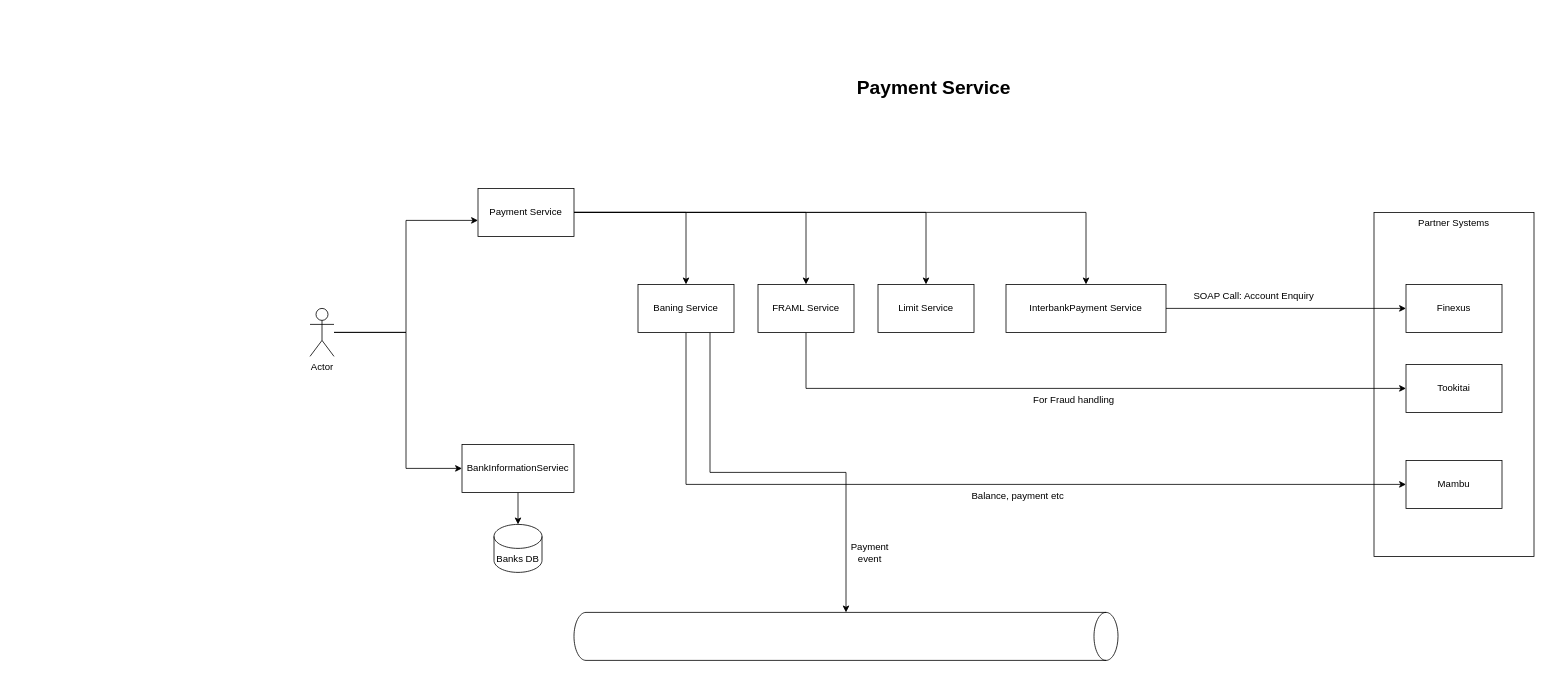
Above: page "Payment Service" (3 of 7) of diagrams/Internal Services Communication - Sync.drawio in singaraju-sreedhar/FailureHandling (draw.io), before the change. Source tidied: cells renumbered, new cells numbered last; positions are measured from the earlier drawing's top-left corner, leaving out a move shared by most shapes. Both pictures are drawn from the tidied source at 80%, with x=0, y=0 at pixel (310, 76).
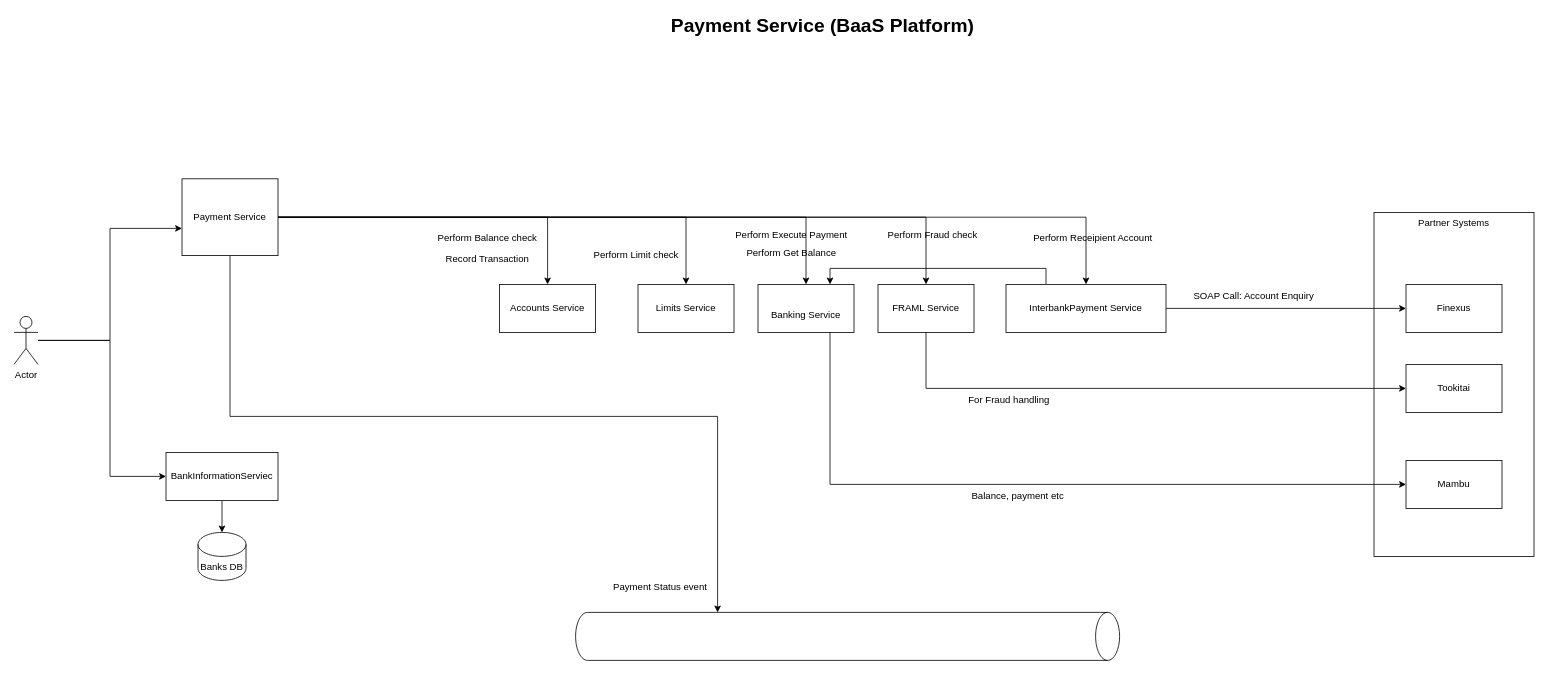
Above is the later version.

Unchanged cells that the change refers to:
```xml
<mxCell id="14" value="InterbankPayment Service" style="whiteSpace=wrap;html=1;rounded=0;" parent="1" vertex="1">
  <mxGeometry x="870" y="260" width="200" height="60" as="geometry" />
</mxCell>
<mxCell id="17" value="Tookitai" style="whiteSpace=wrap;html=1;rounded=0;" parent="1" vertex="1">
  <mxGeometry x="1370" y="360" width="120" height="60" as="geometry" />
</mxCell>
<mxCell id="20" value="Mambu" style="whiteSpace=wrap;html=1;rounded=0;" parent="1" vertex="1">
  <mxGeometry x="1370" y="480" width="120" height="60" as="geometry" />
</mxCell>
```

Diff of the diagram source:
```diff
@@
+    <mxCell id="31" style="edgeStyle=orthogonalEdgeStyle;rounded=0;jettySize=auto;html=1;entryX=0.5;entryY=0;entryDx=0;entryDy=0;" parent="1" edge="1" source="7" target="34">
+      <mxGeometry relative="1" as="geometry" />
+    </mxCell>
+    <mxCell id="32" style="edgeStyle=orthogonalEdgeStyle;rounded=0;jettySize=auto;html=1;entryX=0;entryY=0;entryDx=0;entryDy=502.5;entryPerimeter=0;fontSize=24;" parent="1" edge="1" source="7" target="28">
+      <mxGeometry relative="1" as="geometry">
+        <Array as="points">
+          <mxPoint x="-100" y="425" />
+          <mxPoint x="509" y="425" />
+        </Array>
+      </mxGeometry>
+    </mxCell>
     <mxCell id="7" value="Payment Service" style="rounded=0;whiteSpace=wrap;html=1;" parent="1" vertex="1">
-      <mxGeometry x="210" y="140" width="120" height="60" as="geometry" />
+      <mxGeometry x="-160" y="128" width="120" height="96" as="geometry" />
     </mxCell>
@@
     <mxCell id="9" value="BankInformationServiec" style="whiteSpace=wrap;html=1;rounded=0;" parent="1" vertex="1">
-      <mxGeometry x="190" y="460" width="140" height="60" as="geometry" />
+      <mxGeometry x="-180" y="470" width="140" height="60" as="geometry" />
     </mxCell>
     <mxCell id="10" style="edgeStyle=orthogonalEdgeStyle;rounded=0;jettySize=auto;html=1;" parent="1" edge="1" source="12" target="7">
       <mxGeometry relative="1" as="geometry">
         <Array as="points">
-          <mxPoint x="120" y="320" />
-          <mxPoint x="120" y="180" />
+          <mxPoint x="-250" y="330" />
+          <mxPoint x="-250" y="190" />
         </Array>
       </mxGeometry>
     </mxCell>
     <mxCell id="11" style="edgeStyle=orthogonalEdgeStyle;rounded=0;jettySize=auto;html=1;entryX=0;entryY=0.5;entryDx=0;entryDy=0;" parent="1" edge="1" source="12" target="9">
       <mxGeometry relative="1" as="geometry">
         <Array as="points">
-          <mxPoint x="120" y="320" />
-          <mxPoint x="120" y="490" />
+          <mxPoint x="-250" y="330" />
+          <mxPoint x="-250" y="500" />
         </Array>
       </mxGeometry>
     </mxCell>
     <mxCell id="12" value="Actor" style="shape=umlActor;verticalLabelPosition=bottom;verticalAlign=top;html=1;outlineConnect=0;" parent="1" vertex="1">
-      <mxGeometry y="290" width="30" height="60" as="geometry" />
+      <mxGeometry x="-370" y="300" width="30" height="60" as="geometry" />
     </mxCell>
@@
+    <mxCell id="33" style="edgeStyle=orthogonalEdgeStyle;rounded=0;jettySize=auto;html=1;exitX=0.25;exitY=0;exitDx=0;exitDy=0;entryX=0.75;entryY=0;entryDx=0;entryDy=0;" parent="1" edge="1" source="14" target="19">
+      <mxGeometry relative="1" as="geometry" />
+    </mxCell>
@@
-    <mxCell id="16" value="Limit Service" style="whiteSpace=wrap;html=1;rounded=0;" parent="1" vertex="1">
+    <mxCell id="16" value="FRAML Service" style="whiteSpace=wrap;html=1;rounded=0;" parent="1" vertex="1">
       <mxGeometry x="710" y="260" width="120" height="60" as="geometry" />
     </mxCell>
@@
-    <mxCell id="18" style="edgeStyle=orthogonalEdgeStyle;rounded=0;jettySize=auto;html=1;entryX=0;entryY=0.5;entryDx=0;entryDy=0;" parent="1" edge="1" source="19" target="17">
+    <mxCell id="18" style="edgeStyle=orthogonalEdgeStyle;rounded=0;jettySize=auto;html=1;entryX=0;entryY=0.5;entryDx=0;entryDy=0;exitX=0.5;exitY=1;exitDx=0;exitDy=0;" parent="1" edge="1" source="16" target="17">
       <mxGeometry relative="1" as="geometry">
         <Array as="points">
-          <mxPoint x="620" y="390" />
+          <mxPoint x="770" y="390" />
         </Array>
       </mxGeometry>
     </mxCell>
-    <mxCell id="19" value="FRAML Service" style="whiteSpace=wrap;html=1;rounded=0;" parent="1" vertex="1">
+    <mxCell id="19" value="&lt;br&gt;&lt;span style=&quot;color: rgb(0, 0, 0); font-family: Helvetica; font-size: 12px; font-style: normal; font-variant-ligatures: normal; font-variant-caps: normal; font-weight: 400; letter-spacing: normal; orphans: 2; text-align: center; text-indent: 0px; text-transform: none; widows: 2; word-spacing: 0px; -webkit-text-stroke-width: 0px; background-color: rgb(255, 255, 255); text-decoration-thickness: initial; text-decoration-style: initial; text-decoration-color: initial; float: none; display: inline !important;&quot;&gt;Banking Service&lt;/span&gt;&lt;br&gt;" style="whiteSpace=wrap;html=1;rounded=0;" parent="1" vertex="1">
       <mxGeometry x="560" y="260" width="120" height="60" as="geometry" />
     </mxCell>
@@
     <mxCell id="21" value="For Fraud handling" style="text;html=1;strokeColor=none;fillColor=none;align=center;verticalAlign=middle;whiteSpace=wrap;rounded=0;" parent="1" vertex="1">
-      <mxGeometry x="890" y="390" width="130" height="30" as="geometry" />
+      <mxGeometry x="809" y="390" width="130" height="30" as="geometry" />
     </mxCell>
     <mxCell id="22" value="Banks DB" style="shape=cylinder3;whiteSpace=wrap;html=1;boundedLbl=1;backgroundOutline=1;size=15;" parent="1" vertex="1">
-      <mxGeometry x="230" y="560" width="60" height="60" as="geometry" />
+      <mxGeometry x="-140" y="570" width="60" height="60" as="geometry" />
     </mxCell>
@@
-    <mxCell id="24" style="edgeStyle=orthogonalEdgeStyle;rounded=0;jettySize=auto;html=1;entryX=0;entryY=0.5;entryDx=0;entryDy=0;" parent="1" edge="1" source="26" target="20">
+    <mxCell id="24" style="edgeStyle=orthogonalEdgeStyle;rounded=0;jettySize=auto;html=1;entryX=0;entryY=0.5;entryDx=0;entryDy=0;exitX=0.75;exitY=1;exitDx=0;exitDy=0;" parent="1" edge="1" source="19" target="20">
       <mxGeometry relative="1" as="geometry">
         <Array as="points">
-          <mxPoint x="470" y="510" />
+          <mxPoint x="650" y="510" />
         </Array>
       </mxGeometry>
     </mxCell>
-    <mxCell id="25" style="edgeStyle=orthogonalEdgeStyle;rounded=0;jettySize=auto;html=1;exitX=0.75;exitY=1;exitDx=0;exitDy=0;" parent="1" edge="1" source="26" target="28">
-      <mxGeometry relative="1" as="geometry" />
-    </mxCell>
-    <mxCell id="26" value="Baning Service" style="rounded=0;whiteSpace=wrap;html=1;" parent="1" vertex="1">
+    <mxCell id="26" value="Limits Service" style="rounded=0;whiteSpace=wrap;html=1;" parent="1" vertex="1">
       <mxGeometry x="410" y="260" width="120" height="60" as="geometry" />
     </mxCell>
@@
     <mxCell id="28" style="shape=cylinder3;whiteSpace=wrap;html=1;boundedLbl=1;backgroundOutline=1;size=15;rotation=90;" parent="1" vertex="1">
-      <mxGeometry x="640" y="360" width="60" height="680" as="geometry" />
+      <mxGeometry x="642" y="360" width="60" height="680" as="geometry" />
     </mxCell>
-    <mxCell id="29" value="Payment event" style="text;html=1;strokeColor=none;fillColor=none;align=center;verticalAlign=middle;whiteSpace=wrap;rounded=0;" parent="1" vertex="1">
-      <mxGeometry x="670" y="580" width="60" height="30" as="geometry" />
+    <mxCell id="29" value="Payment Status event" style="text;html=1;strokeColor=none;fillColor=none;align=center;verticalAlign=middle;whiteSpace=wrap;rounded=0;" parent="1" vertex="1">
+      <mxGeometry x="374" y="623" width="128" height="30" as="geometry" />
     </mxCell>
-    <mxCell id="30" value="&lt;font style=&quot;font-size: 24px;&quot;&gt;&lt;b&gt;Payment Service&lt;/b&gt;&lt;/font&gt;" style="text;html=1;strokeColor=none;fillColor=none;align=center;verticalAlign=middle;whiteSpace=wrap;rounded=0;" parent="1" vertex="1">
-      <mxGeometry x="630" width="300" height="30" as="geometry" />
+    <mxCell id="30" value="&lt;font style=&quot;font-size: 24px;&quot;&gt;&lt;b&gt;Payment Service (BaaS Platform)&lt;/b&gt;&lt;/font&gt;" style="text;html=1;strokeColor=none;fillColor=none;align=center;verticalAlign=middle;whiteSpace=wrap;rounded=0;" parent="1" vertex="1">
+      <mxGeometry x="420" y="-78" width="442" height="30" as="geometry" />
     </mxCell>
+    <mxCell id="34" value="Accounts Service" style="rounded=0;whiteSpace=wrap;html=1;" parent="1" vertex="1">
+      <mxGeometry x="237" y="260" width="120" height="60" as="geometry" />
+    </mxCell>
+    <mxCell id="35" value="Perform Balance check" style="text;html=1;strokeColor=none;fillColor=none;align=center;verticalAlign=middle;whiteSpace=wrap;rounded=0;" parent="1" vertex="1">
+      <mxGeometry x="154" y="187" width="136" height="30" as="geometry" />
+    </mxCell>
+    <mxCell id="36" value="Perform Limit check" style="text;html=1;strokeColor=none;fillColor=none;align=center;verticalAlign=middle;whiteSpace=wrap;rounded=0;" parent="1" vertex="1">
+      <mxGeometry x="350" y="209" width="116" height="30" as="geometry" />
+    </mxCell>
+    <mxCell id="37" value="Perform Fraud check" style="text;html=1;strokeColor=none;fillColor=none;align=center;verticalAlign=middle;whiteSpace=wrap;rounded=0;" parent="1" vertex="1">
+      <mxGeometry x="692" y="183" width="173" height="30" as="geometry" />
+    </mxCell>
+    <mxCell id="38" value="Record Transaction" style="text;html=1;strokeColor=none;fillColor=none;align=center;verticalAlign=middle;whiteSpace=wrap;rounded=0;" parent="1" vertex="1">
+      <mxGeometry x="154" y="213" width="136" height="30" as="geometry" />
+    </mxCell>
+    <mxCell id="39" value="Perform Execute Payment" style="text;html=1;strokeColor=none;fillColor=none;align=center;verticalAlign=middle;whiteSpace=wrap;rounded=0;" parent="1" vertex="1">
+      <mxGeometry x="509.5" y="183" width="184" height="30" as="geometry" />
+    </mxCell>
+    <mxCell id="40" value="Perform Receipient Account&amp;nbsp;" style="text;html=1;strokeColor=none;fillColor=none;align=center;verticalAlign=middle;whiteSpace=wrap;rounded=0;" parent="1" vertex="1">
+      <mxGeometry x="894" y="187" width="173" height="30" as="geometry" />
+    </mxCell>
+    <mxCell id="41" value="Perform Get Balance" style="text;html=1;strokeColor=none;fillColor=none;align=center;verticalAlign=middle;whiteSpace=wrap;rounded=0;" parent="1" vertex="1">
+      <mxGeometry x="509.5" y="206" width="184" height="30" as="geometry" />
+    </mxCell>
```
